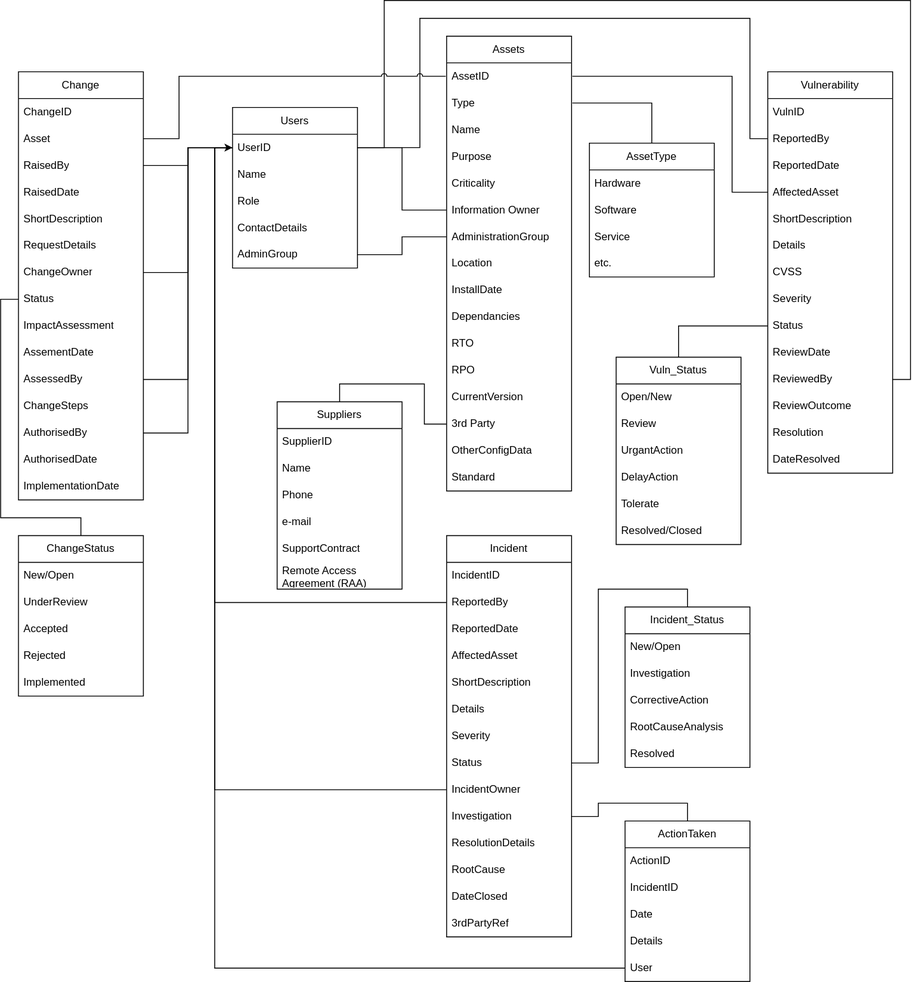
This is ITSM/Assignment1/Assets/CMDB_F.svg from MCollins87/MSC_EnterpriseIT, a draw.io export, as it was before one commit. Source tidied: cells renumbered, new cells last; positions are measured from the earlier drawing's top-left corner, leaving out a move shared by most shapes.
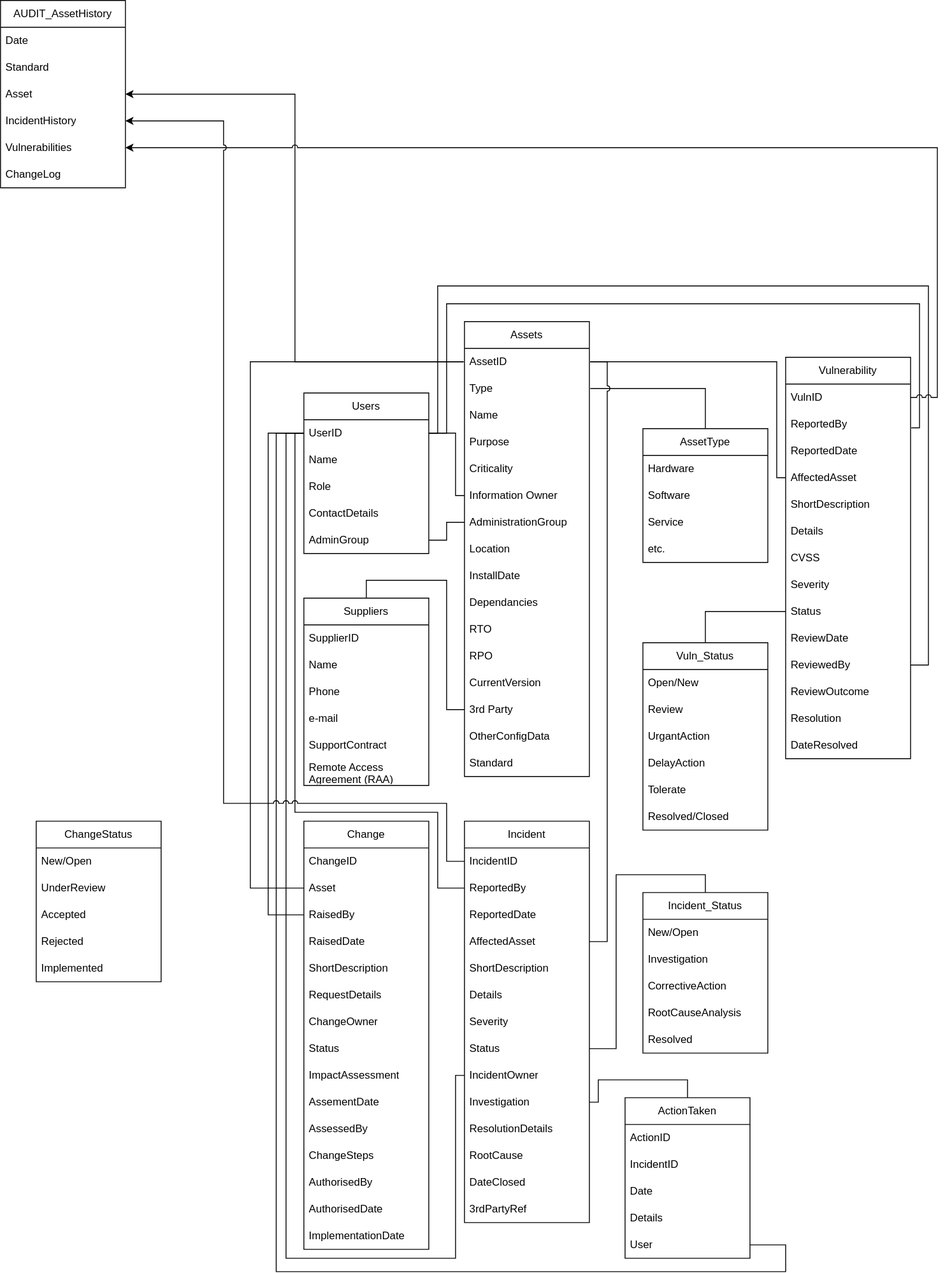
Later version of the same file.

Change to the diagram source:
```diff
@@ -54,7 +54,7 @@
       <mxGeometry y="480" width="140" height="30" as="geometry" />
     </mxCell>
     <mxCell id="19" value="AssetType" style="swimlane;fontStyle=0;horizontal=1;startSize=30;whiteSpace=wrap;html=1;" parent="1" vertex="1">
-      <mxGeometry x="660" y="160" width="140" height="150" as="geometry" />
+      <mxGeometry x="700" y="160" width="140" height="150" as="geometry" />
     </mxCell>
     <mxCell id="20" value="Hardware" style="text;strokeColor=none;fillColor=none;align=left;verticalAlign=middle;spacingLeft=4;spacingRight=4;overflow=hidden;whiteSpace=wrap;html=1;" parent="19" vertex="1">
       <mxGeometry y="30" width="140" height="30" as="geometry" />
@@ -72,7 +72,7 @@
       <mxGeometry relative="1" as="geometry" />
     </mxCell>
     <mxCell id="25" value="Suppliers" style="swimlane;fontStyle=0;horizontal=1;startSize=30;whiteSpace=wrap;html=1;" parent="1" vertex="1">
-      <mxGeometry x="310" y="450" width="140" height="210" as="geometry" />
+      <mxGeometry x="320" y="350" width="140" height="210" as="geometry" />
     </mxCell>
     <mxCell id="26" value="SupplierID" style="text;strokeColor=none;fillColor=none;align=left;verticalAlign=middle;spacingLeft=4;spacingRight=4;overflow=hidden;whiteSpace=wrap;html=1;" parent="25" vertex="1">
       <mxGeometry y="30" width="140" height="30" as="geometry" />
@@ -96,7 +96,7 @@
       <mxGeometry relative="1" as="geometry" />
     </mxCell>
     <mxCell id="33" value="Users" style="swimlane;fontStyle=0;horizontal=1;startSize=30;whiteSpace=wrap;html=1;" parent="1" vertex="1">
-      <mxGeometry x="260" y="120" width="140" height="180" as="geometry" />
+      <mxGeometry x="320" y="120" width="140" height="180" as="geometry" />
     </mxCell>
     <mxCell id="34" value="UserID" style="text;strokeColor=none;fillColor=none;align=left;verticalAlign=middle;spacingLeft=4;spacingRight=4;overflow=hidden;points=[[0,0.5],[1,0.5]];portConstraint=eastwest;whiteSpace=wrap;html=1;" parent="33" vertex="1">
       <mxGeometry y="30" width="140" height="30" as="geometry" />
@@ -114,7 +114,12 @@
       <mxGeometry y="150" width="140" height="30" as="geometry" />
     </mxCell>
     <mxCell id="39" style="edgeStyle=orthogonalEdgeStyle;rounded=0;jettySize=auto;html=1;exitX=1;exitY=0.5;exitDx=0;exitDy=0;entryX=0;entryY=0.5;entryDx=0;entryDy=0;endArrow=none;endFill=0;" parent="1" edge="1" source="34" target="8">
-      <mxGeometry relative="1" as="geometry" />
+      <mxGeometry relative="1" as="geometry">
+        <Array as="points">
+          <mxPoint x="490" y="165" />
+          <mxPoint x="490" y="235" />
+        </Array>
+      </mxGeometry>
     </mxCell>
     <mxCell id="40" style="edgeStyle=orthogonalEdgeStyle;rounded=0;jettySize=auto;html=1;exitX=0;exitY=0.5;exitDx=0;exitDy=0;entryX=1;entryY=0.5;entryDx=0;entryDy=0;endArrow=none;endFill=0;" parent="1" edge="1" source="9" target="38">
       <mxGeometry relative="1" as="geometry" />
@@ -167,13 +172,13 @@
     <mxCell id="56" style="edgeStyle=orthogonalEdgeStyle;rounded=0;jettySize=auto;html=1;exitX=1;exitY=0.5;exitDx=0;exitDy=0;entryX=0;entryY=0.5;entryDx=0;entryDy=0;endArrow=none;endFill=0;" parent="1" edge="1" source="3" target="45">
       <mxGeometry relative="1" as="geometry">
         <Array as="points">
-          <mxPoint x="820" y="85" />
-          <mxPoint x="820" y="215" />
+          <mxPoint x="850" y="85" />
+          <mxPoint x="850" y="215" />
         </Array>
       </mxGeometry>
     </mxCell>
     <mxCell id="57" value="Vuln_Status" style="swimlane;fontStyle=0;horizontal=1;startSize=30;whiteSpace=wrap;html=1;" parent="1" vertex="1">
-      <mxGeometry x="690" y="400" width="140" height="210" as="geometry" />
+      <mxGeometry x="700" y="400" width="140" height="210" as="geometry" />
     </mxCell>
     <mxCell id="58" value="Open/New" style="text;strokeColor=none;fillColor=none;align=left;verticalAlign=middle;spacingLeft=4;spacingRight=4;overflow=hidden;whiteSpace=wrap;html=1;" parent="57" vertex="1">
       <mxGeometry y="30" width="140" height="30" as="geometry" />
@@ -201,8 +206,8 @@
         <Array as="points">
           <mxPoint x="1020" y="425" />
           <mxPoint x="1020" />
-          <mxPoint x="430" />
-          <mxPoint x="430" y="165" />
+          <mxPoint x="470" />
+          <mxPoint x="470" y="165" />
         </Array>
       </mxGeometry>
     </mxCell>
@@ -251,18 +256,25 @@
     <mxCell id="80" value="3rdPartyRef" style="text;strokeColor=none;fillColor=none;align=left;verticalAlign=middle;spacingLeft=4;spacingRight=4;overflow=hidden;whiteSpace=wrap;html=1;" parent="66" vertex="1">
       <mxGeometry y="420" width="140" height="30" as="geometry" />
     </mxCell>
-    <mxCell id="81" style="edgeStyle=orthogonalEdgeStyle;rounded=0;jettySize=auto;html=1;exitX=0;exitY=0.5;exitDx=0;exitDy=0;entryX=1;entryY=0.5;entryDx=0;entryDy=0;endArrow=none;endFill=0;" parent="1" edge="1" source="43" target="34">
+    <mxCell id="81" style="edgeStyle=orthogonalEdgeStyle;rounded=0;jettySize=auto;html=1;exitX=1.006;exitY=0.638;exitDx=0;exitDy=0;entryX=1;entryY=0.5;entryDx=0;entryDy=0;endArrow=none;endFill=0;exitPerimeter=0;" parent="1" edge="1" source="43" target="34">
       <mxGeometry relative="1" as="geometry">
         <Array as="points">
-          <mxPoint x="840" y="155" />
-          <mxPoint x="840" y="20" />
-          <mxPoint x="470" y="20" />
-          <mxPoint x="470" y="165" />
+          <mxPoint x="1010" y="159" />
+          <mxPoint x="1010" y="20" />
+          <mxPoint x="480" y="20" />
+          <mxPoint x="480" y="165" />
         </Array>
       </mxGeometry>
     </mxCell>
     <mxCell id="82" style="edgeStyle=orthogonalEdgeStyle;rounded=0;jettySize=auto;html=1;exitX=0;exitY=0.5;exitDx=0;exitDy=0;entryX=0;entryY=0.5;entryDx=0;entryDy=0;endArrow=none;endFill=0;" parent="1" edge="1" source="68" target="34">
-      <mxGeometry relative="1" as="geometry" />
+      <mxGeometry relative="1" as="geometry">
+        <Array as="points">
+          <mxPoint x="470" y="675" />
+          <mxPoint x="470" y="590" />
+          <mxPoint x="310" y="590" />
+          <mxPoint x="310" y="165" />
+        </Array>
+      </mxGeometry>
     </mxCell>
     <mxCell id="83" value="Incident_Status" style="swimlane;fontStyle=0;horizontal=1;startSize=30;whiteSpace=wrap;html=1;" parent="1" vertex="1">
       <mxGeometry x="700" y="680" width="140" height="180" as="geometry" />
@@ -282,14 +294,18 @@
     <mxCell id="88" value="Resolved" style="text;strokeColor=none;fillColor=none;align=left;verticalAlign=middle;spacingLeft=4;spacingRight=4;overflow=hidden;whiteSpace=wrap;html=1;" parent="83" vertex="1">
       <mxGeometry y="150" width="140" height="30" as="geometry" />
     </mxCell>
-    <mxCell id="89" style="edgeStyle=orthogonalEdgeStyle;rounded=0;jettySize=auto;html=1;exitX=1;exitY=0.5;exitDx=0;exitDy=0;entryX=0.5;entryY=0;entryDx=0;entryDy=0;endArrow=none;endFill=0;" parent="1" edge="1" source="74" target="83">
-      <mxGeometry relative="1" as="geometry" />
-    </mxCell>
     <mxCell id="90" style="edgeStyle=orthogonalEdgeStyle;rounded=0;jettySize=auto;html=1;exitX=0;exitY=0.5;exitDx=0;exitDy=0;entryX=0;entryY=0.5;entryDx=0;entryDy=0;endArrow=none;endFill=0;" parent="1" edge="1" source="75" target="34">
-      <mxGeometry relative="1" as="geometry" />
+      <mxGeometry relative="1" as="geometry">
+        <Array as="points">
+          <mxPoint x="490" y="885" />
+          <mxPoint x="490" y="1090" />
+          <mxPoint x="300" y="1090" />
+          <mxPoint x="300" y="165" />
+        </Array>
+      </mxGeometry>
     </mxCell>
     <mxCell id="91" value="ActionTaken" style="swimlane;fontStyle=0;horizontal=1;startSize=30;whiteSpace=wrap;html=1;" parent="1" vertex="1">
-      <mxGeometry x="700" y="920" width="140" height="180" as="geometry" />
+      <mxGeometry x="680" y="910" width="140" height="180" as="geometry" />
     </mxCell>
     <mxCell id="92" value="ActionID" style="text;strokeColor=none;fillColor=none;align=left;verticalAlign=middle;spacingLeft=4;spacingRight=4;overflow=hidden;whiteSpace=wrap;html=1;" parent="91" vertex="1">
       <mxGeometry y="30" width="140" height="30" as="geometry" />
@@ -306,14 +322,27 @@
     <mxCell id="96" value="User" style="text;strokeColor=none;fillColor=none;align=left;verticalAlign=middle;spacingLeft=4;spacingRight=4;overflow=hidden;points=[[0,0.5],[1,0.5]];portConstraint=eastwest;whiteSpace=wrap;html=1;" parent="91" vertex="1">
       <mxGeometry y="150" width="140" height="30" as="geometry" />
     </mxCell>
-    <mxCell id="97" style="edgeStyle=orthogonalEdgeStyle;rounded=0;jettySize=auto;html=1;exitX=0;exitY=0.5;exitDx=0;exitDy=0;entryX=0;entryY=0.5;entryDx=0;entryDy=0;" parent="1" edge="1" source="96" target="34">
-      <mxGeometry relative="1" as="geometry" />
+    <mxCell id="97" style="edgeStyle=orthogonalEdgeStyle;rounded=0;jettySize=auto;html=1;exitX=1;exitY=0.5;exitDx=0;exitDy=0;entryX=0;entryY=0.5;entryDx=0;entryDy=0;endArrow=none;endFill=0;" parent="1" edge="1" source="96" target="34">
+      <mxGeometry relative="1" as="geometry">
+        <Array as="points">
+          <mxPoint x="860" y="1075" />
+          <mxPoint x="860" y="1105" />
+          <mxPoint x="289" y="1105" />
+          <mxPoint x="289" y="165" />
+        </Array>
+      </mxGeometry>
     </mxCell>
     <mxCell id="98" style="edgeStyle=orthogonalEdgeStyle;rounded=0;jettySize=auto;html=1;exitX=1;exitY=0.5;exitDx=0;exitDy=0;entryX=0.5;entryY=0;entryDx=0;entryDy=0;endArrow=none;endFill=0;" parent="1" edge="1" source="76" target="91">
-      <mxGeometry relative="1" as="geometry" />
+      <mxGeometry relative="1" as="geometry">
+        <Array as="points">
+          <mxPoint x="650" y="915" />
+          <mxPoint x="650" y="890" />
+          <mxPoint x="750" y="890" />
+        </Array>
+      </mxGeometry>
     </mxCell>
     <mxCell id="99" value="Change" style="swimlane;fontStyle=0;horizontal=1;startSize=30;whiteSpace=wrap;html=1;" parent="1" vertex="1">
-      <mxGeometry x="20" y="80" width="140" height="480" as="geometry" />
+      <mxGeometry x="320" y="600" width="140" height="480" as="geometry" />
     </mxCell>
     <mxCell id="100" value="ChangeID" style="text;strokeColor=none;fillColor=none;align=left;verticalAlign=middle;spacingLeft=4;spacingRight=4;overflow=hidden;whiteSpace=wrap;html=1;" parent="99" vertex="1">
       <mxGeometry y="30" width="140" height="30" as="geometry" />
@@ -360,26 +389,6 @@
     <mxCell id="114" value="ImplementationDate" style="text;strokeColor=none;fillColor=none;align=left;verticalAlign=middle;spacingLeft=4;spacingRight=4;overflow=hidden;whiteSpace=wrap;html=1;" parent="99" vertex="1">
       <mxGeometry y="450" width="140" height="30" as="geometry" />
     </mxCell>
-    <mxCell id="115" style="edgeStyle=orthogonalEdgeStyle;rounded=0;jettySize=auto;html=1;exitX=1;exitY=0.5;exitDx=0;exitDy=0;entryX=0;entryY=0.5;entryDx=0;entryDy=0;endArrow=none;endFill=0;jumpStyle=arc;" parent="1" edge="1" source="101" target="3">
-      <mxGeometry relative="1" as="geometry">
-        <Array as="points">
-          <mxPoint x="200" y="155" />
-          <mxPoint x="200" y="85" />
-        </Array>
-      </mxGeometry>
-    </mxCell>
-    <mxCell id="116" style="edgeStyle=orthogonalEdgeStyle;rounded=0;jettySize=auto;html=1;exitX=1;exitY=0.5;exitDx=0;exitDy=0;entryX=0;entryY=0.5;entryDx=0;entryDy=0;endArrow=none;endFill=0;" parent="1" edge="1" source="102" target="34">
-      <mxGeometry relative="1" as="geometry" />
-    </mxCell>
-    <mxCell id="117" style="edgeStyle=orthogonalEdgeStyle;rounded=0;jettySize=auto;html=1;exitX=1;exitY=0.5;exitDx=0;exitDy=0;entryX=0;entryY=0.5;entryDx=0;entryDy=0;endArrow=none;endFill=0;" parent="1" edge="1" source="106" target="34">
-      <mxGeometry relative="1" as="geometry" />
-    </mxCell>
-    <mxCell id="118" style="edgeStyle=orthogonalEdgeStyle;rounded=0;jettySize=auto;html=1;exitX=1;exitY=0.5;exitDx=0;exitDy=0;entryX=0;entryY=0.5;entryDx=0;entryDy=0;endArrow=none;endFill=0;" parent="1" edge="1" source="110" target="34">
-      <mxGeometry relative="1" as="geometry" />
-    </mxCell>
-    <mxCell id="119" style="edgeStyle=orthogonalEdgeStyle;rounded=0;jettySize=auto;html=1;exitX=1;exitY=0.5;exitDx=0;exitDy=0;entryX=0;entryY=0.5;entryDx=0;entryDy=0;endArrow=none;endFill=0;" parent="1" edge="1" source="112" target="34">
-      <mxGeometry relative="1" as="geometry" />
-    </mxCell>
     <mxCell id="120" value="ChangeStatus" style="swimlane;fontStyle=0;horizontal=1;startSize=30;whiteSpace=wrap;html=1;" parent="1" vertex="1">
       <mxGeometry x="20" y="600" width="140" height="180" as="geometry" />
     </mxCell>
@@ -398,14 +407,69 @@
     <mxCell id="125" value="Implemented" style="text;strokeColor=none;fillColor=none;align=left;verticalAlign=middle;spacingLeft=4;spacingRight=4;overflow=hidden;whiteSpace=wrap;html=1;" parent="120" vertex="1">
       <mxGeometry y="150" width="140" height="30" as="geometry" />
     </mxCell>
-    <mxCell id="126" style="edgeStyle=orthogonalEdgeStyle;rounded=0;jettySize=auto;html=1;exitX=0;exitY=0.5;exitDx=0;exitDy=0;entryX=0.5;entryY=0;entryDx=0;entryDy=0;endArrow=none;endFill=0;" parent="1" edge="1" source="107" target="120">
-      <mxGeometry relative="1" as="geometry">
-        <Array as="points">
-          <mxPoint y="335" />
-          <mxPoint y="580" />
-          <mxPoint x="90" y="580" />
-        </Array>
-      </mxGeometry>
-    </mxCell>
+    <mxCell id="127" value="AUDIT_AssetHistory" style="swimlane;fontStyle=0;horizontal=1;startSize=30;whiteSpace=wrap;html=1;" parent="1" vertex="1">
+      <mxGeometry x="-20" y="-320" width="140" height="210" as="geometry" />
+    </mxCell>
+    <mxCell id="128" value="Date" style="text;strokeColor=none;fillColor=none;align=left;verticalAlign=middle;spacingLeft=4;spacingRight=4;overflow=hidden;whiteSpace=wrap;html=1;" parent="127" vertex="1">
+      <mxGeometry y="30" width="140" height="30" as="geometry" />
+    </mxCell>
+    <mxCell id="129" value="Standard" style="text;strokeColor=none;fillColor=none;align=left;verticalAlign=middle;spacingLeft=4;spacingRight=4;overflow=hidden;whiteSpace=wrap;html=1;" parent="127" vertex="1">
+      <mxGeometry y="60" width="140" height="30" as="geometry" />
+    </mxCell>
+    <mxCell id="130" value="Asset" style="text;strokeColor=none;fillColor=none;align=left;verticalAlign=middle;spacingLeft=4;spacingRight=4;overflow=hidden;points=[[0,0.5],[1,0.5]];portConstraint=eastwest;whiteSpace=wrap;html=1;" parent="127" vertex="1">
+      <mxGeometry y="90" width="140" height="30" as="geometry" />
+    </mxCell>
+    <mxCell id="131" value="IncidentHistory" style="text;strokeColor=none;fillColor=none;align=left;verticalAlign=middle;spacingLeft=4;spacingRight=4;overflow=hidden;points=[[0,0.5],[1,0.5]];portConstraint=eastwest;whiteSpace=wrap;html=1;" parent="127" vertex="1">
+      <mxGeometry y="120" width="140" height="30" as="geometry" />
+    </mxCell>
+    <mxCell id="132" value="Vulnerabilities" style="text;strokeColor=none;fillColor=none;align=left;verticalAlign=middle;spacingLeft=4;spacingRight=4;overflow=hidden;points=[[0,0.5],[1,0.5]];portConstraint=eastwest;whiteSpace=wrap;html=1;" parent="127" vertex="1">
+      <mxGeometry y="150" width="140" height="30" as="geometry" />
+    </mxCell>
+    <mxCell id="133" value="ChangeLog" style="text;strokeColor=none;fillColor=none;align=left;verticalAlign=middle;spacingLeft=4;spacingRight=4;overflow=hidden;whiteSpace=wrap;html=1;" parent="127" vertex="1">
+      <mxGeometry y="180" width="140" height="30" as="geometry" />
+    </mxCell>
+    <mxCell id="134" style="edgeStyle=orthogonalEdgeStyle;rounded=0;jettySize=auto;html=1;exitX=0;exitY=0.5;exitDx=0;exitDy=0;entryX=1;entryY=0.5;entryDx=0;entryDy=0;" parent="1" edge="1" source="3" target="130">
+      <mxGeometry relative="1" as="geometry" />
+    </mxCell>
+    <mxCell id="135" style="edgeStyle=orthogonalEdgeStyle;rounded=0;jettySize=auto;html=1;exitX=1;exitY=0.5;exitDx=0;exitDy=0;jumpStyle=arc;" parent="1" edge="1" source="42" target="132">
+      <mxGeometry relative="1" as="geometry">
+        <Array as="points">
+          <mxPoint x="1030" y="125" />
+          <mxPoint x="1030" y="-155" />
+        </Array>
+      </mxGeometry>
+    </mxCell>
+    <mxCell id="136" style="edgeStyle=orthogonalEdgeStyle;rounded=0;jettySize=auto;html=1;exitX=0;exitY=0.5;exitDx=0;exitDy=0;entryX=1;entryY=0.5;entryDx=0;entryDy=0;jumpStyle=arc;" parent="1" edge="1" source="67" target="131">
+      <mxGeometry relative="1" as="geometry">
+        <Array as="points">
+          <mxPoint x="480" y="645" />
+          <mxPoint x="480" y="580" />
+          <mxPoint x="230" y="580" />
+          <mxPoint x="230" y="-185" />
+        </Array>
+      </mxGeometry>
+    </mxCell>
+    <mxCell id="115" style="edgeStyle=orthogonalEdgeStyle;rounded=0;jettySize=auto;html=1;exitX=0;exitY=0.5;exitDx=0;exitDy=0;entryX=0;entryY=0.5;entryDx=0;entryDy=0;endArrow=none;endFill=0;" parent="1" edge="1" source="101" target="3">
+      <mxGeometry relative="1" as="geometry">
+        <Array as="points">
+          <mxPoint x="260" y="675" />
+          <mxPoint x="260" y="85" />
+        </Array>
+      </mxGeometry>
+    </mxCell>
+    <mxCell id="137" style="edgeStyle=orthogonalEdgeStyle;rounded=0;jettySize=auto;html=1;exitX=1;exitY=0.5;exitDx=0;exitDy=0;entryX=1;entryY=0.5;entryDx=0;entryDy=0;endArrow=none;endFill=0;jumpStyle=arc;" parent="1" edge="1" source="70" target="3">
+      <mxGeometry relative="1" as="geometry" />
+    </mxCell>
+    <mxCell id="89" style="edgeStyle=orthogonalEdgeStyle;rounded=0;jettySize=auto;html=1;exitX=1;exitY=0.5;exitDx=0;exitDy=0;entryX=0.5;entryY=0;entryDx=0;entryDy=0;endArrow=none;endFill=0;" parent="1" edge="1" source="74" target="83">
+      <mxGeometry relative="1" as="geometry" />
+    </mxCell>
+    <mxCell id="116" style="edgeStyle=orthogonalEdgeStyle;rounded=0;jettySize=auto;html=1;exitX=0;exitY=0.5;exitDx=0;exitDy=0;entryX=0;entryY=0.5;entryDx=0;entryDy=0;endArrow=none;endFill=0;" parent="1" edge="1" source="102" target="34">
+      <mxGeometry relative="1" as="geometry">
+        <Array as="points">
+          <mxPoint x="280" y="705" />
+          <mxPoint x="280" y="165" />
+        </Array>
+      </mxGeometry>
+    </mxCell>
   </root>
 </mxGraphModel>
```
